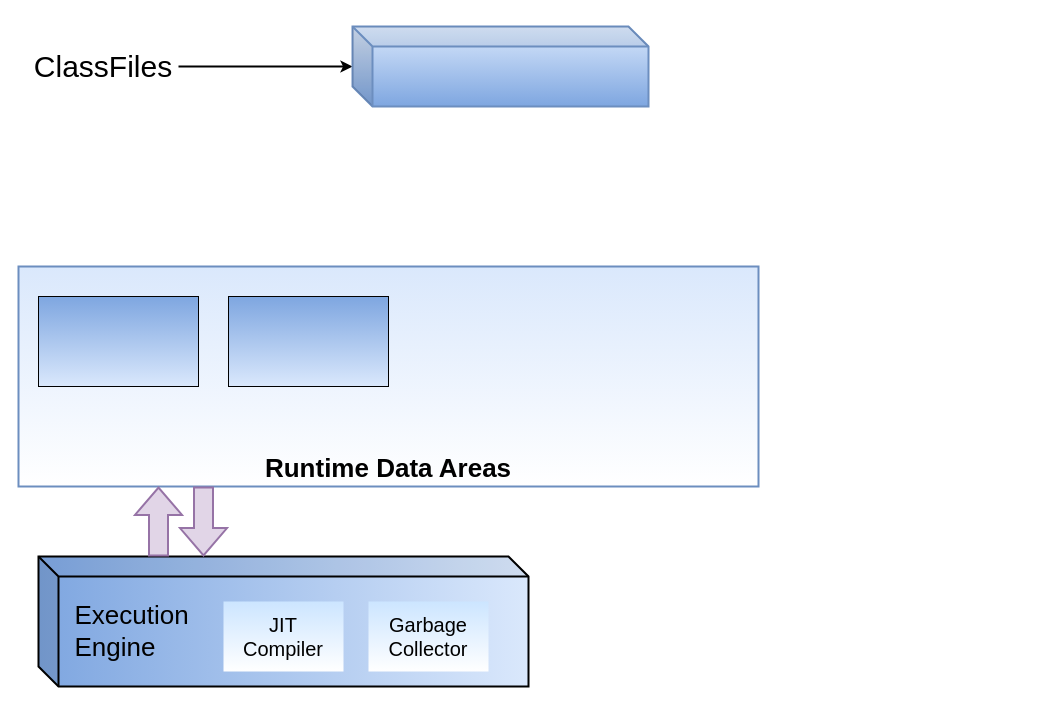
Above: JVM.drawio in starzy1990/diagrams (draw.io), before the change. Source tidied: cells renumbered, new cells numbered last; positions are measured from the earlier drawing's top-left corner, leaving out a move shared by most shapes. Both pictures are drawn from the tidied source at 100%, with x=0, y=0 at pixel (18, 26).
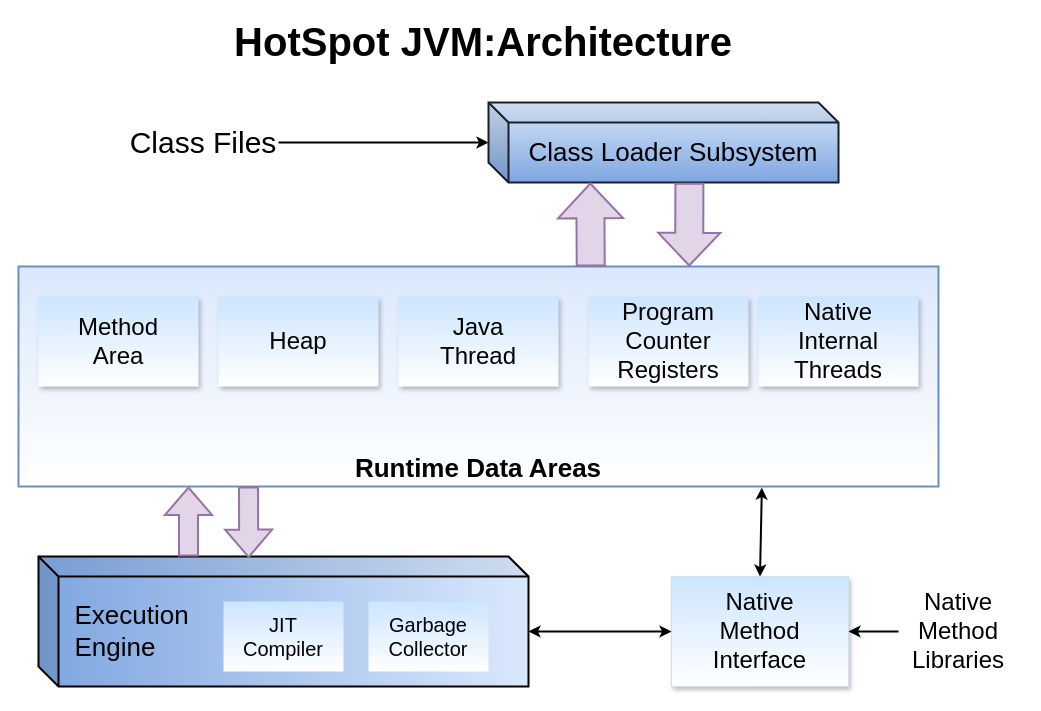
The same diagram, later.

Unchanged cells that the change refers to:
```xml
<mxCell id="8" value="&amp;nbsp; Execution&lt;br style=&quot;font-size: 26px;&quot;&gt;&amp;nbsp; Engine" style="shape=cube;whiteSpace=wrap;html=1;boundedLbl=1;backgroundOutline=1;darkOpacity=0.05;darkOpacity2=0.1;fontSize=26;strokeColor=#000000;strokeWidth=2;fillColor=#dae8fc;gradientColor=#7ea6e0;align=left;gradientDirection=west;" parent="1" vertex="1">
  <mxGeometry x="20" y="530" width="490" height="130" as="geometry" />
</mxCell>
```

What changed in the source:
```diff
@@
-    <mxCell id="3" value="ClassFiles" style="text;html=1;strokeColor=none;fillColor=none;align=center;verticalAlign=middle;whiteSpace=wrap;rounded=0;fontSize=30;" parent="1" vertex="1">
-      <mxGeometry x="10" y="25" width="150" height="30" as="geometry" />
+    <mxCell id="3" value="Class Files" style="text;html=1;strokeColor=none;fillColor=none;align=center;verticalAlign=middle;whiteSpace=wrap;rounded=0;fontSize=30;" parent="1" vertex="1">
+      <mxGeometry x="110" y="101" width="150" height="30" as="geometry" />
     </mxCell>
-    <mxCell id="4" style="shape=cube;whiteSpace=wrap;html=1;boundedLbl=1;backgroundOutline=1;darkOpacity=0.05;darkOpacity2=0.1;fontSize=30;strokeWidth=2;fillColor=#dae8fc;strokeColor=#6c8ebf;gradientColor=#7ea6e0;" parent="1" vertex="1">
-      <mxGeometry x="334" width="296" height="80" as="geometry" />
+    <mxCell id="4" value="Class Loader Subsystem" style="shape=cube;whiteSpace=wrap;html=1;boundedLbl=1;backgroundOutline=1;darkOpacity=0.05;darkOpacity2=0.1;fontSize=26;strokeWidth=2;fillColor=#dae8fc;strokeColor=#19202B;gradientColor=#7ea6e0;" parent="1" vertex="1">
+      <mxGeometry x="470" y="76" width="350" height="80" as="geometry" />
     </mxCell>
     <mxCell id="5" value="Runtime Data Areas" style="rounded=0;whiteSpace=wrap;html=1;fontSize=26;strokeColor=#6c8ebf;strokeWidth=2;fillColor=#dae8fc;verticalAlign=bottom;fontStyle=1;gradientColor=#ffffff;" parent="1" vertex="1">
-      <mxGeometry y="240" width="740" height="220" as="geometry" />
+      <mxGeometry y="240" width="920" height="220" as="geometry" />
     </mxCell>
-    <mxCell id="6" style="rounded=0;whiteSpace=wrap;html=1;fontSize=30;strokeColor=default;strokeWidth=1;fillColor=#dae8fc;gradientColor=#7ea6e0;gradientDirection=north;" parent="1" vertex="1">
+    <mxCell id="6" value="Method&lt;br style=&quot;font-size: 24px;&quot;&gt;Area" style="rounded=0;whiteSpace=wrap;html=1;fontSize=24;strokeColor=none;strokeWidth=1;fillColor=#cce5ff;gradientDirection=south;gradientColor=#ffffff;glass=0;shadow=1;" parent="1" vertex="1">
       <mxGeometry x="20" y="270" width="160" height="90" as="geometry" />
     </mxCell>
-    <mxCell id="7" style="rounded=0;whiteSpace=wrap;html=1;fontSize=30;strokeColor=default;strokeWidth=1;fillColor=#dae8fc;gradientColor=#7ea6e0;gradientDirection=north;" parent="1" vertex="1">
-      <mxGeometry x="210" y="270" width="160" height="90" as="geometry" />
+    <mxCell id="7" value="Heap" style="rounded=0;whiteSpace=wrap;html=1;fontSize=24;strokeColor=none;strokeWidth=1;fillColor=#cce5ff;gradientDirection=south;gradientColor=#ffffff;sketch=0;shadow=1;" parent="1" vertex="1">
+      <mxGeometry x="200" y="270" width="160" height="90" as="geometry" />
     </mxCell>
@@
-    <mxCell id="11" style="shape=flexArrow;endArrow=classic;html=1;rounded=0;fontSize=26;strokeWidth=2;exitX=0.25;exitY=1;exitDx=0;exitDy=0;endWidth=26;endSize=8.47;width=18;fillColor=#e1d5e7;strokeColor=#9673a6;" parent="1" edge="1" source="5">
-      <mxGeometry relative="1" as="geometry">
-        <mxPoint x="185" y="530" as="targetPoint" />
-      </mxGeometry>
+    <mxCell id="11" style="shape=flexArrow;endArrow=classic;html=1;rounded=0;fontSize=26;strokeWidth=2;exitX=0.25;exitY=1;exitDx=0;exitDy=0;endWidth=26;endSize=8.47;width=18;fillColor=#e1d5e7;strokeColor=#9673a6;entryX=0.429;entryY=0.012;entryDx=0;entryDy=0;entryPerimeter=0;" parent="1" edge="1" source="5" target="8">
+      <mxGeometry relative="1" as="geometry" />
     </mxCell>
-    <mxCell id="12" style="shape=flexArrow;endArrow=classic;html=1;rounded=0;fontSize=26;strokeWidth=2;exitX=0.25;exitY=1;exitDx=0;exitDy=0;endWidth=26;endSize=8.47;width=18;fillColor=#e1d5e7;strokeColor=#9673a6;" parent="1" edge="1">
+    <mxCell id="12" style="shape=flexArrow;endArrow=classic;html=1;rounded=0;fontSize=26;strokeWidth=2;exitX=0.25;exitY=1;exitDx=0;exitDy=0;endWidth=26;endSize=8.47;width=18;fillColor=#e1d5e7;strokeColor=#9673a6;gradientColor=none;" parent="1" edge="1">
       <mxGeometry relative="1" as="geometry">
-        <mxPoint x="140" y="530" as="sourcePoint" />
-        <mxPoint x="140" y="460" as="targetPoint" />
+        <mxPoint x="170" y="530" as="sourcePoint" />
+        <mxPoint x="170" y="460" as="targetPoint" />
       </mxGeometry>
     </mxCell>
+    <mxCell id="13" style="shape=flexArrow;endArrow=classic;html=1;rounded=0;fontSize=26;strokeWidth=2;exitX=0.574;exitY=1.003;exitDx=0;exitDy=0;exitPerimeter=0;width=27;endSize=10.2;endWidth=32;fillColor=#e1d5e7;strokeColor=#9673a6;entryX=0.729;entryY=0;entryDx=0;entryDy=0;entryPerimeter=0;" parent="1" edge="1" source="4" target="5">
+      <mxGeometry relative="1" as="geometry" />
+    </mxCell>
+    <mxCell id="14" style="shape=flexArrow;endArrow=classic;html=1;rounded=0;fontSize=26;strokeWidth=2;entryX=0.692;entryY=-0.014;entryDx=0;entryDy=0;entryPerimeter=0;width=27;endSize=10.91;endWidth=35;fillColor=#e1d5e7;strokeColor=#9673a6;exitX=0.622;exitY=0;exitDx=0;exitDy=0;exitPerimeter=0;" parent="1" edge="1" source="5">
+      <mxGeometry relative="1" as="geometry">
+        <mxPoint x="571.8" y="156" as="targetPoint" />
+      </mxGeometry>
+    </mxCell>
+    <mxCell id="15" value="Java&lt;br&gt;Thread" style="rounded=0;whiteSpace=wrap;html=1;fontSize=24;strokeColor=none;strokeWidth=1;fillColor=#cce5ff;gradientDirection=south;gradientColor=#ffffff;sketch=0;shadow=1;" parent="1" vertex="1">
+      <mxGeometry x="380" y="270" width="160" height="90" as="geometry" />
+    </mxCell>
+    <mxCell id="16" value="Program&lt;br&gt;Counter&lt;br&gt;Registers" style="rounded=0;whiteSpace=wrap;html=1;fontSize=24;strokeColor=none;strokeWidth=1;fillColor=#cce5ff;gradientDirection=south;gradientColor=#ffffff;sketch=0;shadow=1;" parent="1" vertex="1">
+      <mxGeometry x="570" y="270" width="160" height="90" as="geometry" />
+    </mxCell>
+    <mxCell id="17" value="Native&lt;br&gt;Internal&lt;br&gt;Threads" style="rounded=0;whiteSpace=wrap;html=1;fontSize=24;strokeColor=none;strokeWidth=1;fillColor=#cce5ff;gradientDirection=south;gradientColor=#ffffff;sketch=0;shadow=1;" parent="1" vertex="1">
+      <mxGeometry x="740" y="270" width="160" height="90" as="geometry" />
+    </mxCell>
+    <mxCell id="18" value="Native&lt;br&gt;Method&lt;br&gt;Interface" style="rounded=0;whiteSpace=wrap;html=1;shadow=1;glass=0;sketch=0;fontSize=24;strokeColor=#D2DEED;strokeWidth=1;gradientDirection=south;fillColor=#cce5ff;gradientColor=#ffffff;" parent="1" vertex="1">
+      <mxGeometry x="653" y="550" width="177" height="110" as="geometry" />
+    </mxCell>
+    <mxCell id="19" style="endArrow=classic;startArrow=classic;html=1;rounded=0;fontSize=24;strokeWidth=2;gradientColor=none;entryX=0;entryY=0.5;entryDx=0;entryDy=0;exitX=0;exitY=0;exitDx=490;exitDy=75;exitPerimeter=0;" parent="1" edge="1" source="8" target="18">
+      <mxGeometry relative="1" as="geometry" />
+    </mxCell>
+    <mxCell id="20" style="endArrow=classic;startArrow=classic;html=1;rounded=0;fontSize=24;strokeWidth=2;gradientColor=none;entryX=0.808;entryY=1.005;entryDx=0;entryDy=0;entryPerimeter=0;exitX=0.5;exitY=0;exitDx=0;exitDy=0;" parent="1" edge="1" source="18" target="5">
+      <mxGeometry relative="1" as="geometry" />
+    </mxCell>
+    <mxCell id="21" style="edgeStyle=orthogonalEdgeStyle;rounded=0;jettySize=auto;html=1;entryX=1;entryY=0.5;entryDx=0;entryDy=0;fontSize=24;strokeWidth=2;gradientColor=none;" parent="1" edge="1" source="22" target="18">
+      <mxGeometry relative="1" as="geometry" />
+    </mxCell>
+    <mxCell id="22" value="Native&lt;br&gt;Method&lt;br&gt;Libraries" style="text;html=1;strokeColor=none;fillColor=none;align=center;verticalAlign=middle;whiteSpace=wrap;rounded=0;shadow=1;glass=0;sketch=0;fontSize=24;" parent="1" vertex="1">
+      <mxGeometry x="880" y="562.5" width="120" height="85" as="geometry" />
+    </mxCell>
+    <mxCell id="23" value="HotSpot JVM:Architecture" style="text;html=1;strokeColor=none;fillColor=none;align=center;verticalAlign=middle;whiteSpace=wrap;rounded=0;shadow=1;glass=0;sketch=0;fontSize=40;fontStyle=1;" parent="1" vertex="1">
+      <mxGeometry x="190" width="550" height="30" as="geometry" />
+    </mxCell>
```
